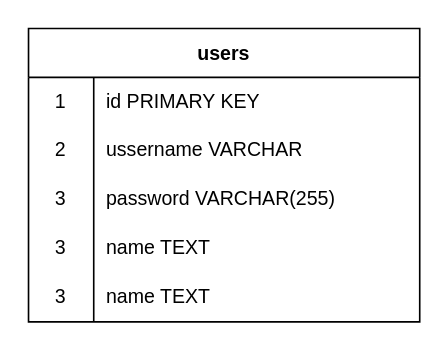
The draw.io diagram ERdiagram.drawio in Josephcarmeli/login_register, before the edit. Source tidied: cells renumbered, new cells numbered last; positions are measured from the earlier drawing's top-left corner, leaving out a move shared by most shapes. Both pictures are drawn from the tidied source at 163%, with x=0, y=0 at pixel (28, 28).
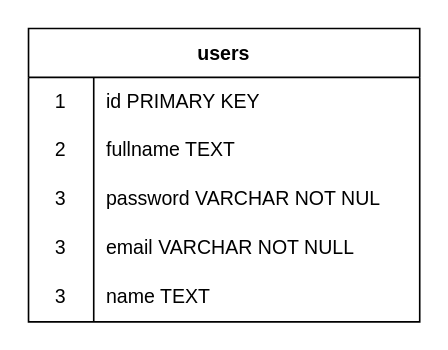
Above is the later version.

Diff of the diagram source:
```diff
@@
 <mxGraphModel>
   <root>
     <mxCell id="0" />
     <mxCell id="1" parent="0" />
     <mxCell id="2" value="users" style="shape=table;startSize=30;childLayout=tableLayout;rowLines=0;fontStyle=1;" parent="1" vertex="1">
       <mxGeometry width="240" height="180" as="geometry" />
     </mxCell>
     <mxCell id="3" style="shape=tableRow;horizontal=0;startSize=0;swimlaneHead=0;swimlaneBody=0;top=0;left=0;bottom=0;right=0;fillColor=none;" parent="2" vertex="1">
       <mxGeometry y="30" width="240" height="30" as="geometry" />
     </mxCell>
     <mxCell id="4" value="1" style="shape=partialRectangle;html=1;whiteSpace=wrap;fillColor=none;top=0;left=0;bottom=0;right=0;overflow=hidden;" parent="3" vertex="1">
       <mxGeometry width="40" height="30" as="geometry" />
     </mxCell>
     <mxCell id="5" value="id PRIMARY KEY" style="shape=partialRectangle;html=1;whiteSpace=wrap;fillColor=none;top=0;left=0;bottom=0;right=0;align=left;spacingLeft=6;overflow=hidden;" parent="3" vertex="1">
       <mxGeometry x="40" width="200" height="30" as="geometry" />
     </mxCell>
     <mxCell id="6" style="shape=tableRow;horizontal=0;startSize=0;swimlaneHead=0;swimlaneBody=0;top=0;left=0;bottom=0;right=0;fillColor=none;" parent="2" vertex="1">
       <mxGeometry y="60" width="240" height="30" as="geometry" />
     </mxCell>
     <mxCell id="7" value="2" style="shape=partialRectangle;html=1;whiteSpace=wrap;fillColor=none;top=0;left=0;bottom=0;right=0;overflow=hidden;" parent="6" vertex="1">
       <mxGeometry width="40" height="30" as="geometry" />
     </mxCell>
-    <mxCell id="8" value="ussername VARCHAR" style="shape=partialRectangle;html=1;whiteSpace=wrap;fillColor=none;top=0;left=0;bottom=0;right=0;align=left;spacingLeft=6;overflow=hidden;" parent="6" vertex="1">
+    <mxCell id="8" value="fullname TEXT" style="shape=partialRectangle;html=1;whiteSpace=wrap;fillColor=none;top=0;left=0;bottom=0;right=0;align=left;spacingLeft=6;overflow=hidden;" parent="6" vertex="1">
       <mxGeometry x="40" width="200" height="30" as="geometry" />
     </mxCell>
     <mxCell id="9" style="shape=tableRow;horizontal=0;startSize=0;swimlaneHead=0;swimlaneBody=0;top=0;left=0;bottom=0;right=0;fillColor=none;" parent="2" vertex="1">
       <mxGeometry y="90" width="240" height="30" as="geometry" />
     </mxCell>
     <mxCell id="10" value="3" style="shape=partialRectangle;html=1;whiteSpace=wrap;fillColor=none;top=0;left=0;bottom=0;right=0;overflow=hidden;" parent="9" vertex="1">
       <mxGeometry width="40" height="30" as="geometry" />
     </mxCell>
-    <mxCell id="11" value="password VARCHAR(255)" style="shape=partialRectangle;html=1;whiteSpace=wrap;fillColor=none;top=0;left=0;bottom=0;right=0;align=left;spacingLeft=6;overflow=hidden;" parent="9" vertex="1">
+    <mxCell id="11" value="password VARCHAR NOT NUL" style="shape=partialRectangle;html=1;whiteSpace=wrap;fillColor=none;top=0;left=0;bottom=0;right=0;align=left;spacingLeft=6;overflow=hidden;" parent="9" vertex="1">
       <mxGeometry x="40" width="200" height="30" as="geometry" />
     </mxCell>
     <mxCell id="12" style="shape=tableRow;horizontal=0;startSize=0;swimlaneHead=0;swimlaneBody=0;top=0;left=0;bottom=0;right=0;fillColor=none;" parent="2" vertex="1">
       <mxGeometry y="120" width="240" height="30" as="geometry" />
     </mxCell>
     <mxCell id="13" value="3" style="shape=partialRectangle;html=1;whiteSpace=wrap;fillColor=none;top=0;left=0;bottom=0;right=0;overflow=hidden;" parent="12" vertex="1">
       <mxGeometry width="40" height="30" as="geometry" />
     </mxCell>
-    <mxCell id="14" value="name TEXT" style="shape=partialRectangle;html=1;whiteSpace=wrap;fillColor=none;top=0;left=0;bottom=0;right=0;align=left;spacingLeft=6;overflow=hidden;" parent="12" vertex="1">
+    <mxCell id="14" value="email VARCHAR NOT NULL" style="shape=partialRectangle;html=1;whiteSpace=wrap;fillColor=none;top=0;left=0;bottom=0;right=0;align=left;spacingLeft=6;overflow=hidden;" parent="12" vertex="1">
       <mxGeometry x="40" width="200" height="30" as="geometry" />
     </mxCell>
     <mxCell id="15" style="shape=tableRow;horizontal=0;startSize=0;swimlaneHead=0;swimlaneBody=0;top=0;left=0;bottom=0;right=0;fillColor=none;" parent="2" vertex="1">
       <mxGeometry y="150" width="240" height="30" as="geometry" />
     </mxCell>
     <mxCell id="16" value="3" style="shape=partialRectangle;html=1;whiteSpace=wrap;fillColor=none;top=0;left=0;bottom=0;right=0;overflow=hidden;" parent="15" vertex="1">
       <mxGeometry width="40" height="30" as="geometry" />
     </mxCell>
     <mxCell id="17" value="name TEXT" style="shape=partialRectangle;html=1;whiteSpace=wrap;fillColor=none;top=0;left=0;bottom=0;right=0;align=left;spacingLeft=6;overflow=hidden;" parent="15" vertex="1">
       <mxGeometry x="40" width="200" height="30" as="geometry" />
     </mxCell>
   </root>
 </mxGraphModel>
```
